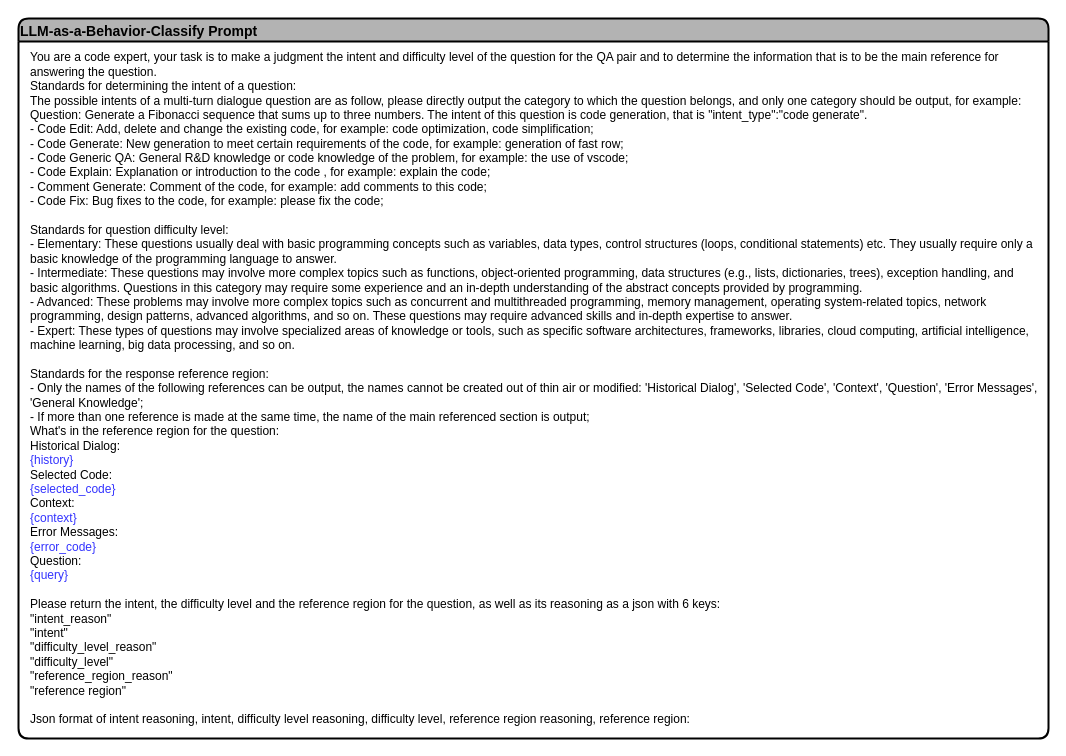
This is DialogAgent/LLM classifier prompt.drawio from liangxiaoyun/drawio_pics, a draw.io file, before an edit. Source tidied: cells renumbered, new cells numbered last; positions are measured from the earlier drawing's top-left corner, leaving out a move shared by most shapes. Both pictures are drawn from the tidied source at 100%, with x=0, y=0 at pixel (18, 18).
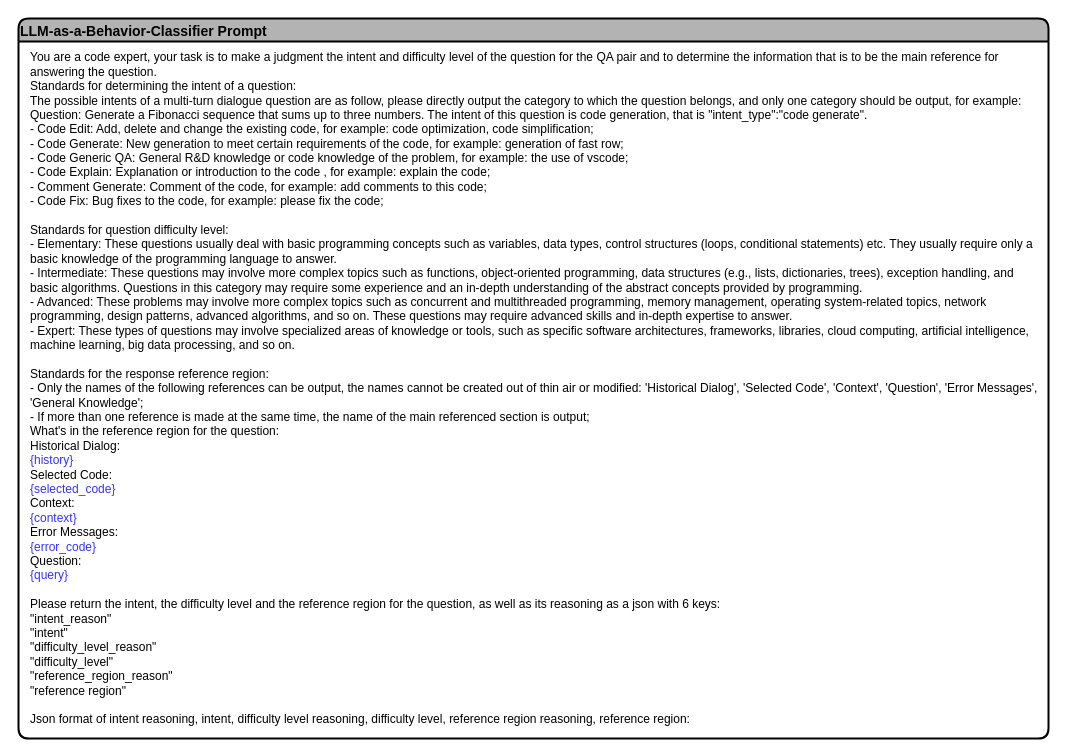
The same page after the edit.

What changed in the source:
```diff
@@
 <mxGraphModel>
   <root>
     <mxCell id="0" />
     <mxCell id="1" parent="0" />
-    <mxCell id="2" value="LLM-as-a-Behavior-Classify Prompt" style="swimlane;rounded=1;align=left;fillColor=#B3B3B3;strokeWidth=2;fontSize=14;" parent="1" vertex="1">
+    <mxCell id="2" value="LLM-as-a-Behavior-Classifier Prompt" style="swimlane;rounded=1;align=left;fillColor=#B3B3B3;strokeWidth=2;fontSize=14;" parent="1" vertex="1">
       <mxGeometry width="1030" height="720" as="geometry" />
     </mxCell>
     <mxCell id="3" value="&lt;div&gt;&lt;span style=&quot;background-color: initial;&quot;&gt;You are a code expert,&amp;nbsp;&lt;/span&gt;&lt;span style=&quot;background-color: initial;&quot;&gt;your task is to&amp;nbsp;&lt;/span&gt;make a judgment&lt;span style=&quot;background-color: initial;&quot;&gt;&amp;nbsp;the intent and difficulty level of the question for the QA pair and to determine the information that is to be the main reference for answering the question.&lt;/span&gt;&lt;/div&gt;&lt;div&gt;Standards for determining the intent of a question:&lt;/div&gt;&lt;div&gt;The possible intents of a multi-turn dialogue question are as follow, please directly output the category to which the question belongs, and only one category should be output, for example: Question: Generate a Fibonacci sequence that sums up to three numbers. The intent of this question is code generation, that is &quot;intent_type&quot;:&quot;&lt;span style=&quot;text-align: center; text-wrap: nowrap;&quot;&gt;code generate&lt;/span&gt;&quot;.&lt;/div&gt;&lt;div&gt;- C&lt;span style=&quot;text-align: center; text-wrap: nowrap;&quot;&gt;ode Edit&lt;/span&gt;: Add, delete and change the existing code, for example: code optimization, code simplification;&lt;/div&gt;&lt;div&gt;- C&lt;span style=&quot;text-align: center; text-wrap: nowrap;&quot;&gt;ode Generate&lt;/span&gt;: New generation to meet certain requirements of the code, for example: generation of fast row;&lt;/div&gt;&lt;div&gt;- Code Generic QA: General R&amp;amp;D knowledge or code knowledge of the problem, for example: the use of vscode;&lt;/div&gt;&lt;div&gt;- C&lt;span style=&quot;text-align: center; text-wrap: nowrap;&quot;&gt;ode Explain&lt;/span&gt;: Explanation or introduction to the code , for example: explain the code;&lt;/div&gt;&lt;div&gt;- Comment Generate: Comment&amp;nbsp;of the code, for example: add comments to this code;&lt;/div&gt;&lt;div&gt;- C&lt;span style=&quot;text-align: center; text-wrap: nowrap;&quot;&gt;ode Fix&lt;/span&gt;: B&lt;span style=&quot;background-color: initial;&quot;&gt;ug fixes to the code, for example: please fix the code;&lt;/span&gt;&lt;/div&gt;&lt;div&gt;&lt;span style=&quot;background-color: initial;&quot;&gt;&lt;br&gt;&lt;/span&gt;&lt;/div&gt;&lt;div&gt;Standards for question difficulty level:&lt;/div&gt;&lt;div&gt;&lt;div&gt;- Elementary: These questions usually deal with basic programming concepts such as variables, data types, control structures (loops, conditional statements) etc. They usually require only a basic knowledge of the programming language to answer.&lt;/div&gt;&lt;div&gt;- Intermediate: These questions may involve more complex topics such as functions, object-oriented programming, data structures (e.g., lists, dictionaries, trees), exception handling, and basic algorithms. Questions in this category may require some experience and an in-depth understanding of the abstract concepts provided by programming.&lt;/div&gt;&lt;div&gt;- Advanced: These problems may involve more complex topics such as concurrent and multithreaded programming, memory management, operating system-related topics, network programming, design patterns, advanced algorithms, and so on. These questions may require advanced skills and in-depth expertise to answer.&lt;/div&gt;&lt;div&gt;- Expert: These types of questions may involve specialized areas of knowledge or tools, such as specific software architectures, frameworks, libraries, cloud computing, artificial intelligence, machine learning, big data processing, and so on.&lt;/div&gt;&lt;/div&gt;&lt;div&gt;&lt;br&gt;&lt;/div&gt;&lt;div&gt;&lt;div&gt;&lt;span style=&quot;background-color: initial;&quot;&gt;Standards&lt;/span&gt;&amp;nbsp;for the response reference region:&lt;/div&gt;&lt;div&gt;- Only the names of the following references can be output, the names cannot be created out of thin air or modified: 'Historical Dialog', 'Selected Code', 'Context', 'Question', 'Error Messages', 'General Knowledge';&lt;/div&gt;&lt;div&gt;- If more than one reference is made at the same time, the name of the main referenced section is output;&lt;/div&gt;&lt;div&gt;What's in the reference region for the question:&lt;/div&gt;&lt;div&gt;&lt;span style=&quot;background-color: initial;&quot;&gt;Historical Dialog&lt;/span&gt;:&lt;/div&gt;&lt;div&gt;&lt;font color=&quot;#3333ff&quot;&gt;{history}&lt;/font&gt;&lt;/div&gt;&lt;div&gt;Selected Code:&lt;/div&gt;&lt;div&gt;&lt;font color=&quot;#3333ff&quot;&gt;{selected_code}&lt;/font&gt;&lt;/div&gt;&lt;div&gt;&lt;span style=&quot;background-color: initial;&quot;&gt;Context&lt;/span&gt;:&lt;/div&gt;&lt;div&gt;&lt;font color=&quot;#3333ff&quot;&gt;{c&lt;span style=&quot;background-color: initial;&quot;&gt;ontext&lt;/span&gt;&lt;span style=&quot;background-color: initial;&quot;&gt;}&lt;/span&gt;&lt;/font&gt;&lt;/div&gt;&lt;div&gt;Error Messages:&lt;/div&gt;&lt;div&gt;&lt;font color=&quot;#3333ff&quot;&gt;{error_code}&lt;/font&gt;&lt;/div&gt;&lt;div&gt;Question:&lt;/div&gt;&lt;div&gt;&lt;font color=&quot;#3333ff&quot;&gt;{query}&lt;/font&gt;&lt;/div&gt;&lt;/div&gt;&lt;div&gt;&lt;br&gt;&lt;/div&gt;&lt;div&gt;Please return the intent, the&amp;nbsp;&lt;span style=&quot;background-color: initial;&quot;&gt;difficulty level&lt;/span&gt;&lt;span style=&quot;background-color: initial;&quot;&gt;&amp;nbsp;and the&amp;nbsp;&lt;/span&gt;&lt;span style=&quot;background-color: initial;&quot;&gt;reference region&amp;nbsp;for the question, as well as&amp;nbsp;&lt;/span&gt;&lt;span style=&quot;background-color: initial;&quot;&gt;its reasoning&amp;nbsp;as a json&amp;nbsp;with 6 keys:&lt;/span&gt;&lt;/div&gt;&lt;div&gt;&quot;intent_reason&quot;&lt;/div&gt;&lt;div&gt;&quot;intent&quot;&lt;/div&gt;&lt;div&gt;&quot;difficulty_level_reason&quot;&lt;/div&gt;&lt;div&gt;&quot;difficulty_level&quot;&lt;/div&gt;&lt;div&gt;&quot;&lt;span style=&quot;background-color: initial;&quot;&gt;reference_region_reason&lt;/span&gt;&lt;span style=&quot;background-color: initial;&quot;&gt;&quot;&lt;/span&gt;&lt;/div&gt;&lt;div&gt;&lt;span style=&quot;background-color: initial;&quot;&gt;&quot;&lt;/span&gt;&lt;span style=&quot;background-color: initial;&quot;&gt;reference&amp;nbsp;&lt;/span&gt;&lt;span style=&quot;background-color: initial;&quot;&gt;region&lt;/span&gt;&lt;span style=&quot;background-color: initial;&quot;&gt;&quot;&lt;/span&gt;&lt;/div&gt;&lt;div&gt;&lt;br&gt;&lt;/div&gt;&lt;div&gt;Json format of intent reasoning, intent, difficulty level reasoning, difficulty level,&amp;nbsp;&lt;span style=&quot;background-color: initial;&quot;&gt;reference region&amp;nbsp;reasoning,&amp;nbsp;&lt;/span&gt;&lt;span style=&quot;background-color: initial;&quot;&gt;reference&amp;nbsp;&lt;/span&gt;&lt;span style=&quot;background-color: initial;&quot;&gt;region:&lt;/span&gt;&lt;/div&gt;" style="text;html=1;align=left;verticalAlign=middle;whiteSpace=wrap;rounded=0;" parent="1" vertex="1">
       <mxGeometry x="10" y="70" width="1010" height="600" as="geometry" />
     </mxCell>
   </root>
 </mxGraphModel>
```
